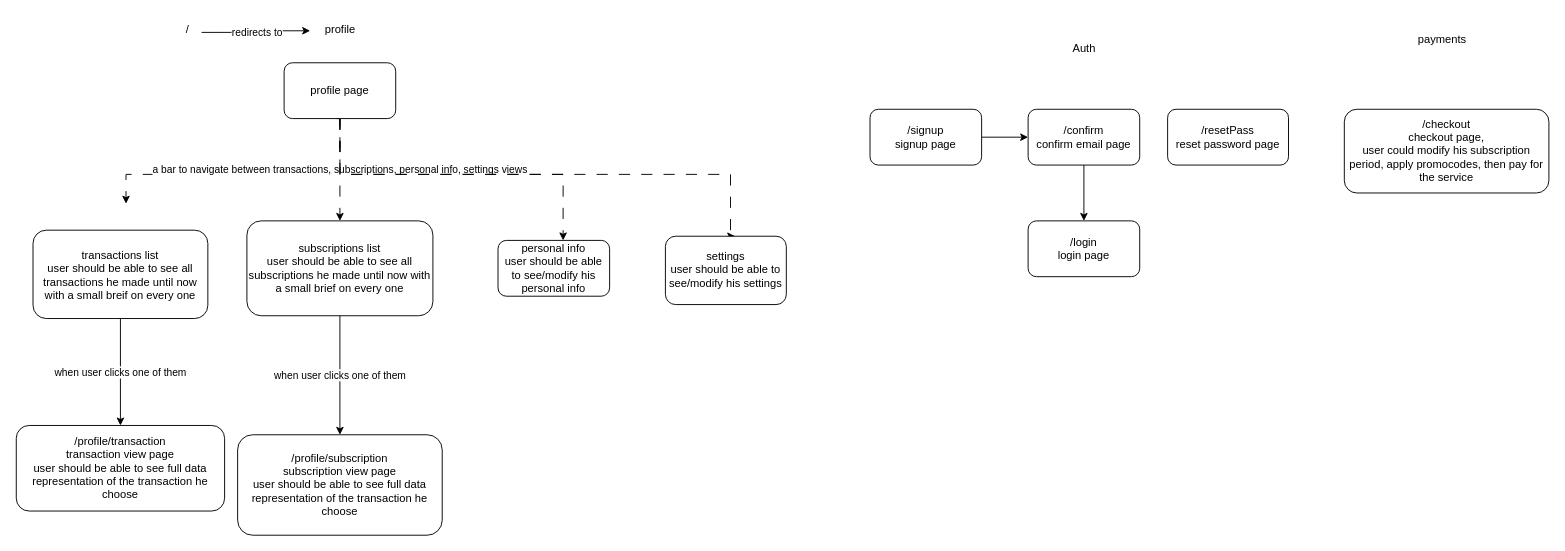
Above: page "sitemap" (6 of 6) of pamylka.com.drawio in ahmed-elbehairy7/pamylka-system-design (draw.io), before the change. Source tidied: cells renumbered, new cells numbered last; positions are measured from the earlier drawing's top-left corner, leaving out a move shared by most shapes. Both pictures are drawn from the tidied source at 93%, with x=0, y=0 at pixel (16, 16).
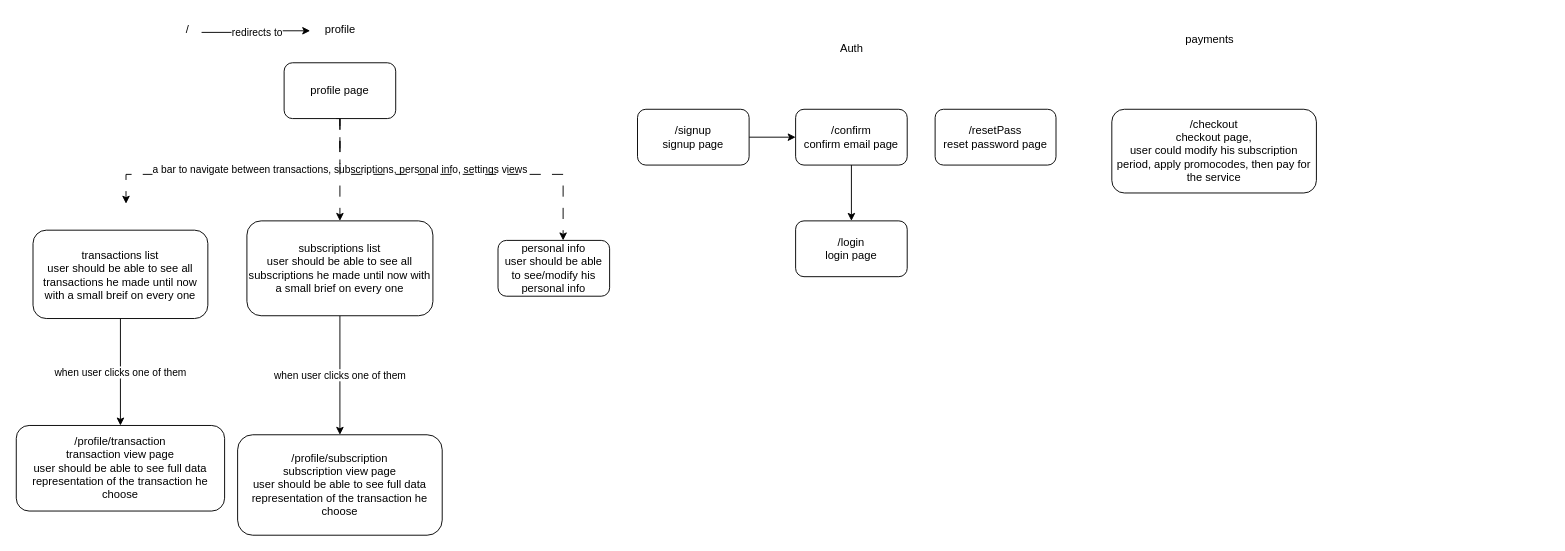
The same page after the edit.

What changed in the source:
```diff
@@
-    <mxCell id="5" style="edgeStyle=orthogonalEdgeStyle;rounded=0;orthogonalLoop=1;jettySize=auto;html=1;entryX=0.5;entryY=0;entryDx=0;entryDy=0;dashed=1;dashPattern=12 12;" parent="1" edge="1">
-      <mxGeometry relative="1" as="geometry">
-        <mxPoint x="348" y="110" as="sourcePoint" />
-        <mxPoint x="773" y="236.5" as="targetPoint" />
-        <Array as="points">
-          <mxPoint x="348" y="170" />
-          <mxPoint x="768" y="170" />
-        </Array>
-      </mxGeometry>
-    </mxCell>
@@
-    <mxCell id="12" value="settings&lt;div&gt;user should be able to see/modify his settings&lt;/div&gt;" style="rounded=1;whiteSpace=wrap;html=1;" parent="1" vertex="1">
-      <mxGeometry x="698" y="236.5" width="130" height="73.5" as="geometry" />
-    </mxCell>
@@
     <mxCell id="15" value="/checkout&lt;div&gt;checkout page,&lt;/div&gt;&lt;div&gt;user could modify his subscription period, apply promocodes, then pay for the service&lt;/div&gt;" style="rounded=1;whiteSpace=wrap;html=1;" parent="1" vertex="1">
-      <mxGeometry x="1428" y="100" width="220" height="90" as="geometry" />
+      <mxGeometry x="1178" y="100" width="220" height="90" as="geometry" />
     </mxCell>
@@
     <mxCell id="17" value="/signup&lt;div&gt;&lt;span style=&quot;background-color: transparent; color: light-dark(rgb(0, 0, 0), rgb(255, 255, 255));&quot;&gt;signup page&lt;/span&gt;&lt;/div&gt;" style="rounded=1;whiteSpace=wrap;html=1;" parent="1" vertex="1">
-      <mxGeometry x="918" y="100" width="120" height="60" as="geometry" />
+      <mxGeometry x="668" y="100" width="120" height="60" as="geometry" />
     </mxCell>
     <mxCell id="18" value="payments" style="text;html=1;align=center;verticalAlign=middle;strokeColor=none;fillColor=none;" parent="1" vertex="1">
-      <mxGeometry x="1493" y="10" width="80" height="30" as="geometry" />
+      <mxGeometry x="1243" y="10" width="80" height="30" as="geometry" />
     </mxCell>
@@
     <mxCell id="20" value="Auth" style="text;html=1;align=center;verticalAlign=middle;strokeColor=none;fillColor=none;" parent="1" vertex="1">
-      <mxGeometry x="1123" y="20" width="50" height="30" as="geometry" />
+      <mxGeometry x="873" y="20" width="50" height="30" as="geometry" />
     </mxCell>
     <mxCell id="21" value="/login&lt;div&gt;&lt;span style=&quot;background-color: transparent; color: light-dark(rgb(0, 0, 0), rgb(255, 255, 255));&quot;&gt;login page&lt;/span&gt;&lt;/div&gt;" style="rounded=1;whiteSpace=wrap;html=1;" parent="1" vertex="1">
-      <mxGeometry x="1088" y="220" width="120" height="60" as="geometry" />
+      <mxGeometry x="838" y="220" width="120" height="60" as="geometry" />
     </mxCell>
@@
     <mxCell id="23" value="/confirm&lt;div&gt;confirm email page&lt;/div&gt;" style="rounded=1;whiteSpace=wrap;html=1;" parent="1" vertex="1">
-      <mxGeometry x="1088" y="100" width="120" height="60" as="geometry" />
+      <mxGeometry x="838" y="100" width="120" height="60" as="geometry" />
     </mxCell>
     <mxCell id="24" value="/resetPass&lt;div&gt;reset password page&lt;/div&gt;" style="rounded=1;whiteSpace=wrap;html=1;" parent="1" vertex="1">
-      <mxGeometry x="1238" y="100" width="130" height="60" as="geometry" />
+      <mxGeometry x="988" y="100" width="130" height="60" as="geometry" />
     </mxCell>
```
